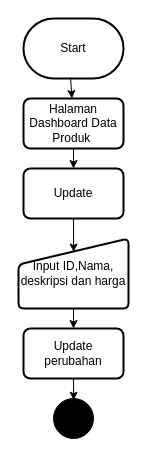
Earlier version of the draw.io diagram algoritma edit.drawio (gryto/CapstoneProjectAWS). Source tidied: cells renumbered, new cells numbered last; positions are measured from the earlier drawing's top-left corner, leaving out a move shared by most shapes. Both pictures are drawn from the tidied source at 100%, with x=0, y=0 at pixel (18, 18).
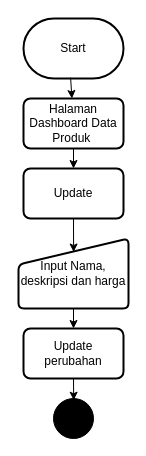
After the change.

Change to the diagram source:
```diff
@@
 <mxGraphModel>
   <root>
     <mxCell id="0" />
     <mxCell id="1" parent="0" />
     <mxCell id="2" value="Start" style="strokeWidth=2;html=1;shape=mxgraph.flowchart.terminator;whiteSpace=wrap;" parent="1" vertex="1">
       <mxGeometry x="5" width="100" height="60" as="geometry" />
     </mxCell>
     <mxCell id="3" value="Halaman Dashboard Data Produk&amp;nbsp;" style="rounded=1;whiteSpace=wrap;html=1;absoluteArcSize=1;arcSize=14;strokeWidth=2;" parent="1" vertex="1">
       <mxGeometry x="5" y="80" width="100" height="50" as="geometry" />
     </mxCell>
     <mxCell id="4" value="Update" style="rounded=1;whiteSpace=wrap;html=1;absoluteArcSize=1;arcSize=14;strokeWidth=2;" parent="1" vertex="1">
       <mxGeometry x="5" y="150" width="100" height="50" as="geometry" />
     </mxCell>
-    <mxCell id="5" value="Input ID,Nama,&lt;br&gt;deskripsi dan harga" style="html=1;strokeWidth=2;shape=manualInput;whiteSpace=wrap;rounded=1;size=26;arcSize=11;" parent="1" vertex="1">
+    <mxCell id="5" value="Input Nama,&lt;br&gt;deskripsi dan harga" style="html=1;strokeWidth=2;shape=manualInput;whiteSpace=wrap;rounded=1;size=26;arcSize=11;" parent="1" vertex="1">
       <mxGeometry y="220" width="110" height="70" as="geometry" />
     </mxCell>
     <mxCell id="6" value="Update perubahan" style="rounded=1;whiteSpace=wrap;html=1;absoluteArcSize=1;arcSize=14;strokeWidth=2;" parent="1" vertex="1">
       <mxGeometry x="5" y="310" width="100" height="50" as="geometry" />
     </mxCell>
     <mxCell id="7" style="ellipse;whiteSpace=wrap;html=1;fillColor=#000000;" parent="1" vertex="1">
       <mxGeometry x="35" y="380" width="40" height="40" as="geometry" />
     </mxCell>
     <mxCell id="8" style="endArrow=classic;html=1;rounded=0;exitX=0.471;exitY=0.985;exitDx=0;exitDy=0;exitPerimeter=0;" parent="1" edge="1" source="2" target="3">
       <mxGeometry relative="1" as="geometry" />
     </mxCell>
     <mxCell id="9" style="endArrow=classic;html=1;rounded=0;exitX=0.5;exitY=1;exitDx=0;exitDy=0;entryX=0.5;entryY=0;entryDx=0;entryDy=0;" parent="1" edge="1" source="3" target="4">
       <mxGeometry relative="1" as="geometry" />
     </mxCell>
     <mxCell id="10" style="endArrow=classic;html=1;rounded=0;exitX=0.5;exitY=1;exitDx=0;exitDy=0;entryX=0.501;entryY=0.193;entryDx=0;entryDy=0;entryPerimeter=0;" parent="1" edge="1" source="4" target="5">
       <mxGeometry relative="1" as="geometry" />
     </mxCell>
     <mxCell id="11" style="endArrow=classic;html=1;rounded=0;exitX=0.5;exitY=1;exitDx=0;exitDy=0;entryX=0.5;entryY=0;entryDx=0;entryDy=0;" parent="1" edge="1" source="5" target="6">
       <mxGeometry relative="1" as="geometry" />
     </mxCell>
     <mxCell id="12" style="endArrow=classic;html=1;rounded=0;exitX=0.5;exitY=1;exitDx=0;exitDy=0;entryX=0.505;entryY=0.043;entryDx=0;entryDy=0;entryPerimeter=0;" parent="1" edge="1" source="6" target="7">
       <mxGeometry relative="1" as="geometry" />
     </mxCell>
   </root>
 </mxGraphModel>
```
